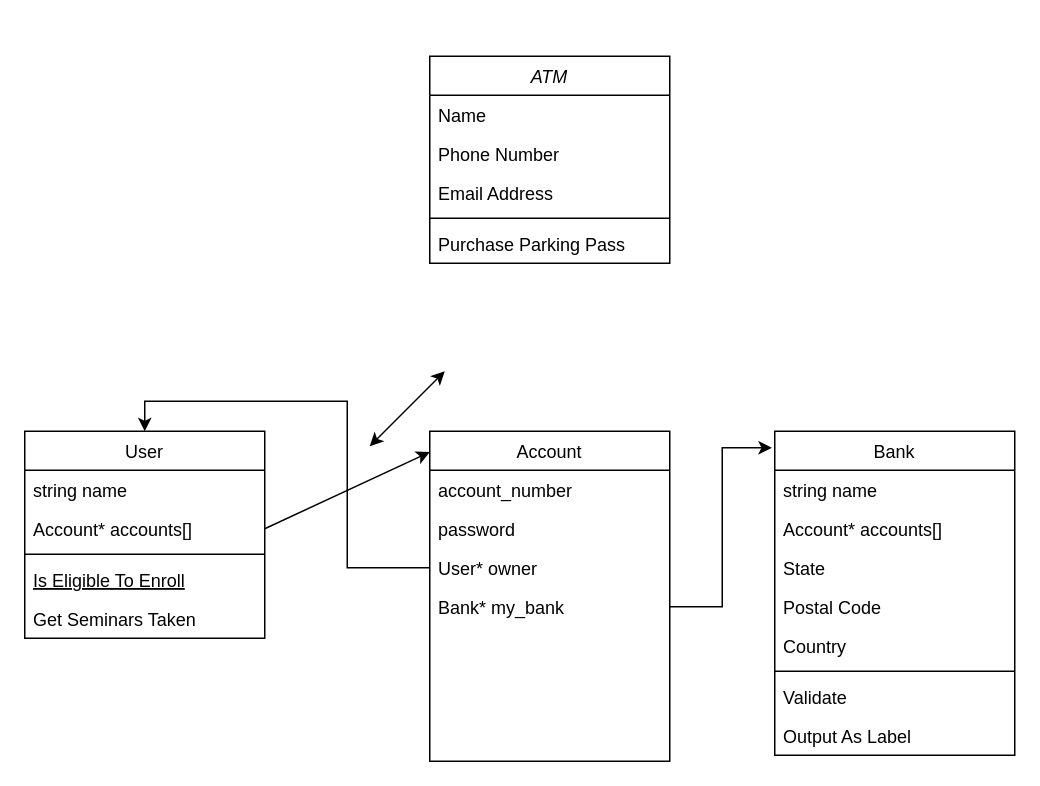
The draw.io diagram 제목 없는 다이어그램.drawio in pragma5501/ATM, before the edit. Source tidied: cells renumbered, new cells numbered last; positions are measured from the earlier drawing's top-left corner, leaving out a move shared by most shapes. Both pictures are drawn from the tidied source at 150%, with x=0, y=0 at pixel (24, 56).
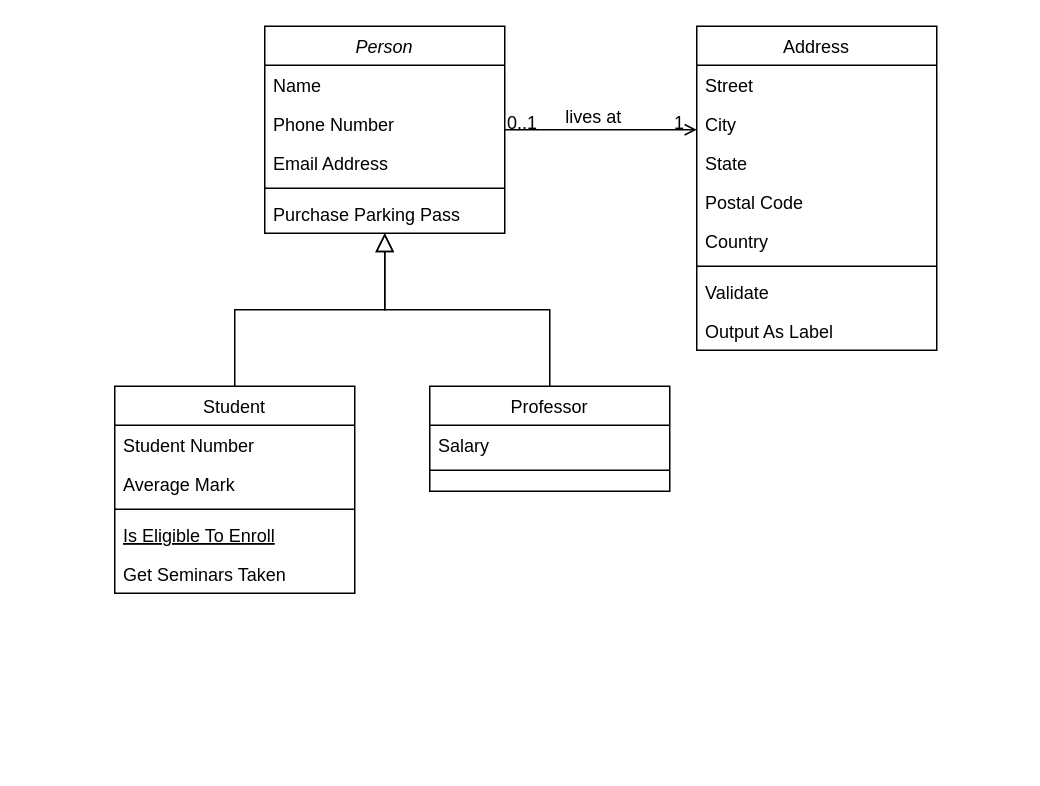
After the change.

Commit message:
제목 없는 다이어그램.drawio이 추가되었습니다.

Change to the diagram source:
```diff
@@
-    <mxCell id="2" value="ATM" style="swimlane;fontStyle=2;align=center;verticalAlign=top;horizontal=1;startSize=26;rounded=0;shadow=0;strokeWidth=1;" parent="1" vertex="1">
-      <mxGeometry x="270" width="160" height="138" as="geometry" />
+    <mxCell id="2" value="Person" style="swimlane;fontStyle=2;align=center;verticalAlign=top;horizontal=1;startSize=26;rounded=0;shadow=0;strokeWidth=1;" parent="1" vertex="1">
+      <mxGeometry x="160" y="-20" width="160" height="138" as="geometry" />
     </mxCell>
@@
-    <mxCell id="8" value="User" style="swimlane;fontStyle=0;align=center;verticalAlign=top;horizontal=1;startSize=26;rounded=0;shadow=0;strokeWidth=1;" parent="1" vertex="1">
-      <mxGeometry y="250" width="160" height="138" as="geometry" />
+    <mxCell id="8" value="Student" style="swimlane;fontStyle=0;align=center;verticalAlign=top;horizontal=1;startSize=26;rounded=0;shadow=0;strokeWidth=1;" parent="1" vertex="1">
+      <mxGeometry x="60" y="220" width="160" height="138" as="geometry" />
     </mxCell>
-    <mxCell id="9" value="string name" style="text;align=left;verticalAlign=top;spacingLeft=4;spacingRight=4;overflow=hidden;" parent="8" vertex="1">
+    <mxCell id="9" value="Student Number" style="text;align=left;verticalAlign=top;spacingLeft=4;spacingRight=4;overflow=hidden;" parent="8" vertex="1">
       <mxGeometry y="26" width="160" height="26" as="geometry" />
     </mxCell>
-    <mxCell id="10" value="Account* accounts[]" style="text;align=left;verticalAlign=top;spacingLeft=4;spacingRight=4;overflow=hidden;points=[[0,0.5],[1,0.5]];portConstraint=eastwest;rounded=0;shadow=0;html=0;" parent="8" vertex="1">
+    <mxCell id="10" value="Average Mark" style="text;align=left;verticalAlign=top;spacingLeft=4;spacingRight=4;overflow=hidden;points=[[0,0.5],[1,0.5]];portConstraint=eastwest;rounded=0;shadow=0;html=0;" parent="8" vertex="1">
       <mxGeometry y="52" width="160" height="26" as="geometry" />
     </mxCell>
@@
+    <mxCell id="32" style="endArrow=block;endSize=10;endFill=0;shadow=0;strokeWidth=1;rounded=0;edgeStyle=elbowEdgeStyle;elbow=vertical;" parent="1" edge="1" source="8" target="2">
+      <mxGeometry relative="1" as="geometry" />
+    </mxCell>
-    <mxCell id="14" value="Account" style="swimlane;fontStyle=0;align=center;verticalAlign=top;horizontal=1;startSize=26;rounded=0;shadow=0;strokeWidth=1;" parent="1" vertex="1">
-      <mxGeometry x="270" y="250" width="160" height="220" as="geometry" />
+    <mxCell id="14" value="Professor" style="swimlane;fontStyle=0;align=center;verticalAlign=top;horizontal=1;startSize=26;rounded=0;shadow=0;strokeWidth=1;" parent="1" vertex="1">
+      <mxGeometry x="270" y="220" width="160" height="70" as="geometry" />
     </mxCell>
-    <mxCell id="15" value="account_number&#10;" style="text;align=left;verticalAlign=top;spacingLeft=4;spacingRight=4;overflow=hidden;" parent="14" vertex="1">
+    <mxCell id="15" value="Salary" style="text;align=left;verticalAlign=top;spacingLeft=4;spacingRight=4;overflow=hidden;" parent="14" vertex="1">
       <mxGeometry y="26" width="160" height="26" as="geometry" />
     </mxCell>
-    <mxCell id="16" value="password" style="text;align=left;verticalAlign=top;spacingLeft=4;spacingRight=4;overflow=hidden;" parent="14" vertex="1">
-      <mxGeometry y="52" width="160" height="26" as="geometry" />
-    </mxCell>
-    <mxCell id="17" value="User* owner&#10;" style="text;align=left;verticalAlign=top;spacingLeft=4;spacingRight=4;overflow=hidden;points=[[0,0.5],[1,0.5]];portConstraint=eastwest;" parent="14" vertex="1">
-      <mxGeometry y="78" width="160" height="26" as="geometry" />
-    </mxCell>
-    <mxCell id="18" value="Bank* my_bank" style="text;align=left;verticalAlign=top;spacingLeft=4;spacingRight=4;overflow=hidden;points=[[0,0.5],[1,0.5]];portConstraint=eastwest;" parent="14" vertex="1">
-      <mxGeometry y="104" width="160" height="26" as="geometry" />
-    </mxCell>
+    <mxCell id="33" style="line;html=1;strokeWidth=1;align=left;verticalAlign=middle;spacingTop=-1;spacingLeft=3;spacingRight=3;labelPosition=right;" parent="14" vertex="1">
+      <mxGeometry y="52" width="160" height="8" as="geometry" />
+    </mxCell>
+    <mxCell id="34" style="endArrow=block;endSize=10;endFill=0;shadow=0;strokeWidth=1;rounded=0;edgeStyle=elbowEdgeStyle;elbow=vertical;" parent="1" edge="1" source="14" target="2">
+      <mxGeometry relative="1" as="geometry" />
+    </mxCell>
-    <mxCell id="19" value="Bank" style="swimlane;fontStyle=0;align=center;verticalAlign=top;horizontal=1;startSize=26;rounded=0;shadow=0;strokeWidth=1;" parent="1" vertex="1">
-      <mxGeometry x="500" y="250" width="160" height="216" as="geometry" />
+    <mxCell id="19" value="Address" style="swimlane;fontStyle=0;align=center;verticalAlign=top;horizontal=1;startSize=26;rounded=0;shadow=0;strokeWidth=1;" parent="1" vertex="1">
+      <mxGeometry x="448" y="-20" width="160" height="216" as="geometry" />
     </mxCell>
-    <mxCell id="20" value="string name" style="text;align=left;verticalAlign=top;spacingLeft=4;spacingRight=4;overflow=hidden;" parent="19" vertex="1">
+    <mxCell id="20" value="Street" style="text;align=left;verticalAlign=top;spacingLeft=4;spacingRight=4;overflow=hidden;" parent="19" vertex="1">
       <mxGeometry y="26" width="160" height="26" as="geometry" />
     </mxCell>
-    <mxCell id="21" value="Account* accounts[]" style="text;align=left;verticalAlign=top;spacingLeft=4;spacingRight=4;overflow=hidden;rounded=0;shadow=0;html=0;" parent="19" vertex="1">
+    <mxCell id="21" value="City" style="text;align=left;verticalAlign=top;spacingLeft=4;spacingRight=4;overflow=hidden;rounded=0;shadow=0;html=0;" parent="19" vertex="1">
       <mxGeometry y="52" width="160" height="26" as="geometry" />
     </mxCell>
@@
-    <mxCell id="28" style="endArrow=classic;html=1;rounded=0;entryX=0;entryY=0.063;entryDx=0;entryDy=0;exitX=1;exitY=0.5;exitDx=0;exitDy=0;entryPerimeter=0;" parent="1" edge="1" source="10" target="14">
-      <mxGeometry relative="1" as="geometry" />
-    </mxCell>
-    <mxCell id="29" style="edgeStyle=orthogonalEdgeStyle;rounded=0;jettySize=auto;html=1;exitX=0;exitY=0.5;exitDx=0;exitDy=0;entryX=0.5;entryY=0;entryDx=0;entryDy=0;" parent="1" edge="1" source="17" target="8">
-      <mxGeometry relative="1" as="geometry" />
-    </mxCell>
-    <mxCell id="30" style="endArrow=classic;startArrow=classic;html=1;rounded=0;" parent="1" edge="1">
-      <mxGeometry relative="1" as="geometry">
-        <mxPoint x="230" y="260" as="sourcePoint" />
-        <mxPoint x="280" y="210" as="targetPoint" />
-      </mxGeometry>
-    </mxCell>
-    <mxCell id="31" style="edgeStyle=orthogonalEdgeStyle;rounded=0;jettySize=auto;html=1;exitX=1;exitY=0.5;exitDx=0;exitDy=0;entryX=-0.012;entryY=0.051;entryDx=0;entryDy=0;entryPerimeter=0;" parent="1" edge="1" source="18" target="19">
-      <mxGeometry relative="1" as="geometry" />
-    </mxCell>
+    <mxCell id="35" style="endArrow=open;shadow=0;strokeWidth=1;rounded=0;endFill=1;edgeStyle=elbowEdgeStyle;elbow=vertical;" parent="1" edge="1" source="2" target="19">
+      <mxGeometry x="0.5" y="41" relative="1" as="geometry">
+        <mxPoint x="-40" y="32" as="offset" />
+      </mxGeometry>
+    </mxCell>
+    <mxCell id="36" value="0..1" style="align=left;verticalAlign=bottom;labelBackgroundColor=none;fontSize=12;" parent="35" vertex="1">
+      <mxGeometry x="-1" relative="1" as="geometry">
+        <mxPoint y="4" as="offset" />
+      </mxGeometry>
+    </mxCell>
+    <mxCell id="37" value="1" style="align=right;verticalAlign=bottom;labelBackgroundColor=none;fontSize=12;" parent="35" vertex="1">
+      <mxGeometry x="1" relative="1" as="geometry">
+        <mxPoint x="-7" y="4" as="offset" />
+      </mxGeometry>
+    </mxCell>
+    <mxCell id="38" value="lives at" style="text;html=1;align=center;verticalAlign=middle;labelBackgroundColor=none;rounded=0;shadow=0;strokeWidth=1;fontSize=12;" parent="35" vertex="1">
+      <mxGeometry x="0.5" y="49" relative="1" as="geometry">
+        <mxPoint x="-38" y="40" as="offset" />
+      </mxGeometry>
+    </mxCell>
```
